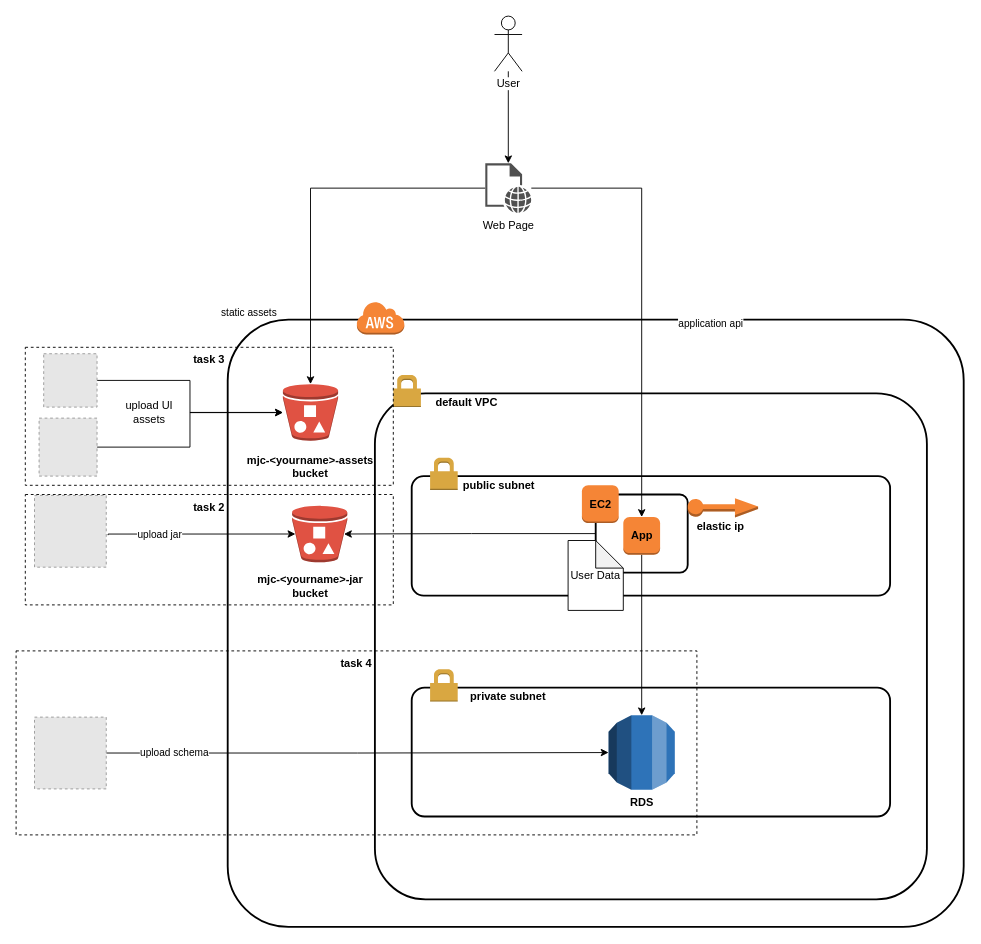
mjc-school/MJC-School keeps this draw.io diagram as modules/module #6. AWS/vision.drawio. Above is the earlier version. Source tidied: cells renumbered, new cells numbered last; positions are measured from the earlier drawing's top-left corner, leaving out a move shared by most shapes. Both pictures are drawn from the tidied source at 92%, with x=0, y=0 at pixel (16, 16). Pictures stored in the file or linked from it are replaced by grey dashed boxes.
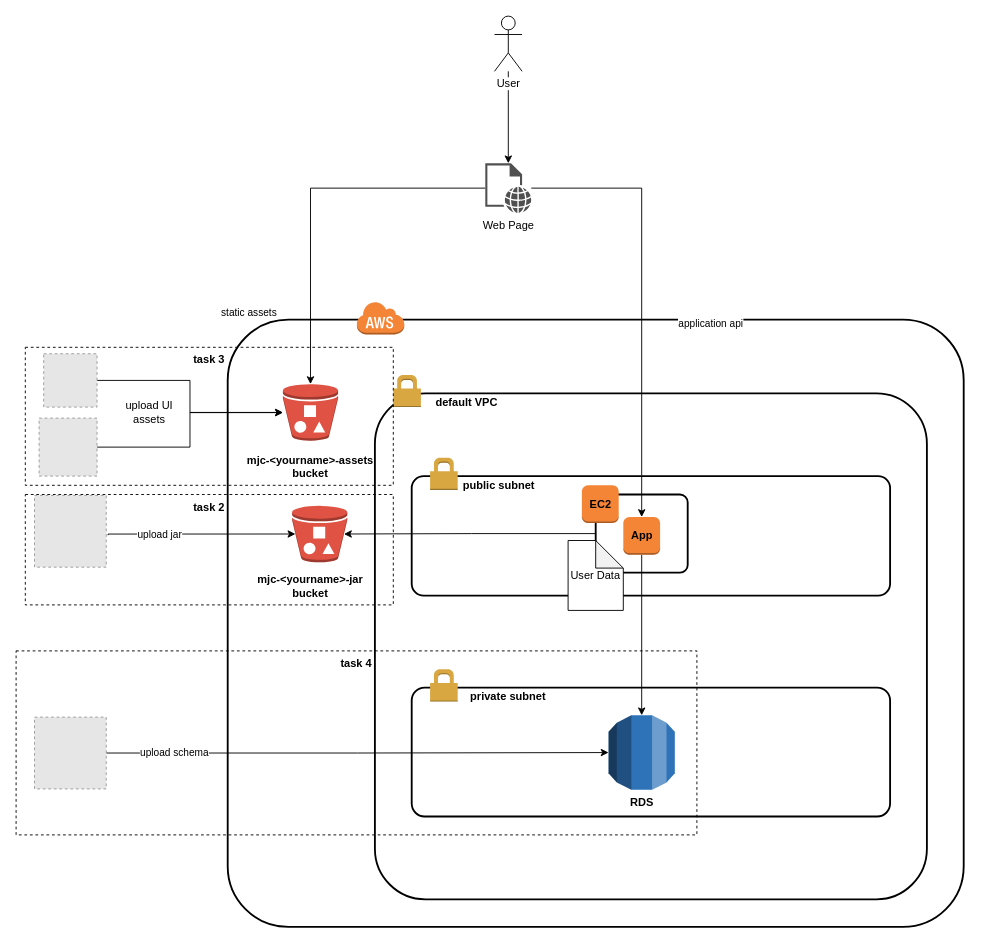
Above is the later version.

Change to the diagram source:
```diff
@@
-    <mxCell id="30" style="dashed=0;verticalLabelPosition=bottom;verticalAlign=top;align=center;html=1;shape=mxgraph.aws3.elastic_ip;fillColor=#F58534;gradientColor=none;" parent="1" vertex="1">
-      <mxGeometry x="730" y="524" width="76.5" height="21" as="geometry" />
-    </mxCell>
-    <mxCell id="31" value="&lt;b&gt;elastic ip&lt;/b&gt;" style="text;html=1;strokeColor=none;fillColor=none;align=center;verticalAlign=middle;whiteSpace=wrap;rounded=0;" parent="1" vertex="1">
-      <mxGeometry x="730" y="544.5" width="72" height="20" as="geometry" />
-    </mxCell>
```
